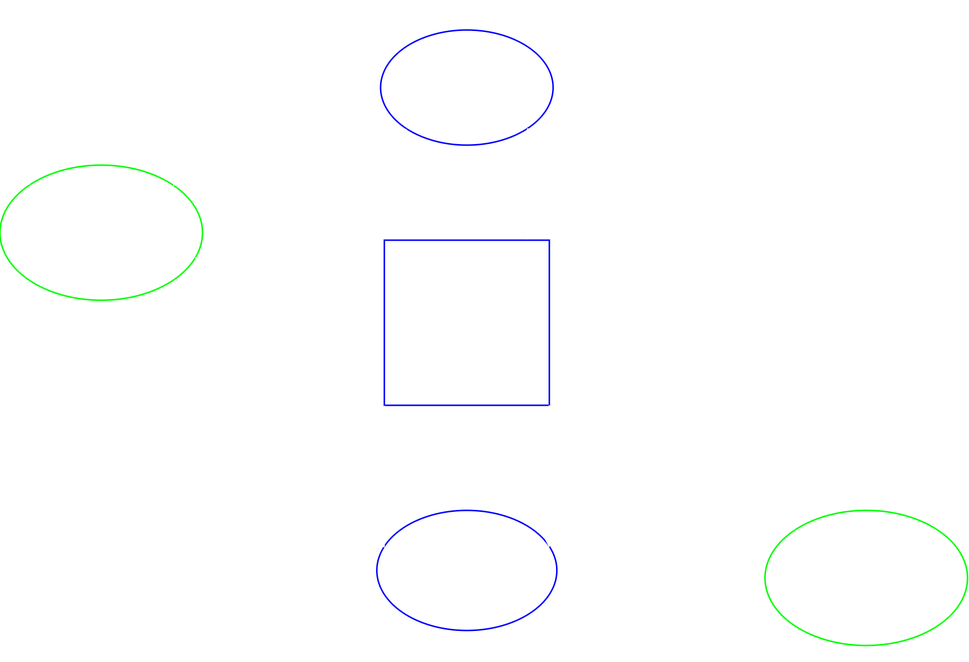
Earlier version of the draw.io export smart_spaces/smart_spaces_scenario_1.png (DevilishSasuke/masters_study). Source tidied: cells renumbered, new cells last; positions are measured from the earlier drawing's top-left corner, leaving out a move shared by most shapes. The source it was exported from:
```xml
<mxGraphModel>
  <root>
    <mxCell id="0" />
    <mxCell id="1" parent="0" />
    <mxCell id="2" style="ellipse;whiteSpace=wrap;html=1;fillColor=none;perimeterSpacing=1;" parent="1" vertex="1">
      <mxGeometry x="190" width="242.4" height="440" as="geometry" />
    </mxCell>
    <mxCell id="3" value="&lt;font style=&quot;font-size: 18px;&quot;&gt;Система мониторинга дорожного покрытия&lt;/font&gt;" style="whiteSpace=wrap;html=1;fillColor=none;strokeColor=light-dark(#000000,#0000FF);" parent="1" vertex="1">
      <mxGeometry x="256.2" y="160" width="110" height="110" as="geometry" />
    </mxCell>
    <mxCell id="4" value="&lt;font style=&quot;font-size: 20px;&quot;&gt;Облачная система&lt;/font&gt;" style="ellipse;whiteSpace=wrap;html=1;fillColor=none;strokeColor=light-dark(#000000,#0000FF);" parent="1" vertex="1">
      <mxGeometry x="253.7" y="20" width="115" height="76.7" as="geometry" />
    </mxCell>
    <mxCell id="5" style="edgeStyle=orthogonalEdgeStyle;rounded=0;jettySize=auto;html=1;exitX=0.136;exitY=-0.011;exitDx=0;exitDy=0;entryX=0;entryY=1;entryDx=0;entryDy=0;exitPerimeter=0;" parent="1" edge="1" source="3" target="4">
      <mxGeometry relative="1" as="geometry" />
    </mxCell>
    <mxCell id="6" style="edgeStyle=orthogonalEdgeStyle;rounded=0;jettySize=auto;html=1;exitX=1;exitY=1;exitDx=0;exitDy=0;entryX=0.869;entryY=-0.003;entryDx=0;entryDy=0;entryPerimeter=0;" parent="1" edge="1" source="4" target="3">
      <mxGeometry relative="1" as="geometry" />
    </mxCell>
    <mxCell id="7" value="&lt;font style=&quot;font-size: 20px;&quot;&gt;Аналитика данных&lt;/font&gt;" style="ellipse;whiteSpace=wrap;html=1;fillColor=none;strokeColor=light-dark(#000000,#0000FF);" parent="1" vertex="1">
      <mxGeometry x="251.2" y="340" width="120" height="80" as="geometry" />
    </mxCell>
    <mxCell id="8" style="edgeStyle=orthogonalEdgeStyle;rounded=0;jettySize=auto;html=1;exitX=0.957;exitY=0.308;exitDx=0;exitDy=0;entryX=1;entryY=1;entryDx=0;entryDy=0;startArrow=classic;startFill=1;endArrow=none;endFill=0;exitPerimeter=0;" parent="1" edge="1" source="7" target="3">
      <mxGeometry relative="1" as="geometry" />
    </mxCell>
    <mxCell id="9" style="edgeStyle=orthogonalEdgeStyle;rounded=0;jettySize=auto;html=1;exitX=0.04;exitY=0.306;exitDx=0;exitDy=0;entryX=0;entryY=1;entryDx=0;entryDy=0;exitPerimeter=0;" parent="1" edge="1" source="7" target="3">
      <mxGeometry relative="1" as="geometry" />
    </mxCell>
    <mxCell id="10" value="&lt;font style=&quot;font-size: 15px;&quot;&gt;Автомобильный агент&lt;/font&gt;" style="ellipse;whiteSpace=wrap;html=1;fillColor=none;strokeColor=light-dark(#000000,#00FF00);" parent="1" vertex="1">
      <mxGeometry y="110" width="135" height="90" as="geometry" />
    </mxCell>
    <mxCell id="11" style="endArrow=classic;html=1;rounded=0;" parent="1" edge="1" source="10" target="2">
      <mxGeometry relative="1" as="geometry" />
    </mxCell>
    <mxCell id="12" value="2" style="text;html=1;whiteSpace=wrap;strokeColor=none;fillColor=none;align=center;verticalAlign=middle;rounded=0;" parent="1" vertex="1">
      <mxGeometry x="130" y="150" width="60" height="30" as="geometry" />
    </mxCell>
    <mxCell id="13" value="Передача пакета данных с кадром и телеметрией" style="text;html=1;whiteSpace=wrap;strokeColor=none;fillColor=none;align=center;verticalAlign=middle;rounded=0;" parent="1" vertex="1">
      <mxGeometry x="120" y="210" width="60" height="30" as="geometry" />
    </mxCell>
    <mxCell id="14" style="edgeStyle=orthogonalEdgeStyle;rounded=0;orthogonalLoop=1;jettySize=auto;html=1;exitX=1;exitY=0;exitDx=0;exitDy=0;entryX=0;entryY=0;entryDx=0;entryDy=0;curved=1;" parent="1" edge="1" source="10" target="10">
      <mxGeometry relative="1" as="geometry">
        <Array as="points">
          <mxPoint x="120" y="123" />
          <mxPoint x="120" y="70" />
          <mxPoint x="20" y="70" />
        </Array>
      </mxGeometry>
    </mxCell>
    <mxCell id="15" value="1" style="text;html=1;whiteSpace=wrap;strokeColor=none;fillColor=none;align=center;verticalAlign=middle;rounded=0;" parent="1" vertex="1">
      <mxGeometry x="80" y="90" width="60" height="30" as="geometry" />
    </mxCell>
    <mxCell id="16" value="Предварительная обработка изображения с камер" style="text;html=1;whiteSpace=wrap;strokeColor=none;fillColor=none;align=center;verticalAlign=middle;rounded=0;" parent="1" vertex="1">
      <mxGeometry x="37.5" y="20" width="60" height="30" as="geometry" />
    </mxCell>
    <mxCell id="17" value="&lt;font style=&quot;font-size: 15px;&quot;&gt;Агент приложения&lt;/font&gt;" style="ellipse;whiteSpace=wrap;html=1;fillColor=none;strokeColor=light-dark(#000000,#00FF00);" parent="1" vertex="1">
      <mxGeometry x="510" y="340" width="135" height="90" as="geometry" />
    </mxCell>
    <mxCell id="18" value="3" style="text;html=1;whiteSpace=wrap;strokeColor=none;fillColor=none;align=center;verticalAlign=middle;rounded=0;" parent="1" vertex="1">
      <mxGeometry x="230" y="96.7" width="60" height="30" as="geometry" />
    </mxCell>
    <mxCell id="19" value="Сохранение данных в облаке" style="text;html=1;whiteSpace=wrap;strokeColor=none;fillColor=none;align=center;verticalAlign=middle;rounded=0;" parent="1" vertex="1">
      <mxGeometry x="286.2" y="120" width="50" height="25" as="geometry" />
    </mxCell>
    <mxCell id="20" value="4" style="text;html=1;whiteSpace=wrap;strokeColor=none;fillColor=none;align=center;verticalAlign=middle;rounded=0;" parent="1" vertex="1">
      <mxGeometry x="346.2" y="270" width="60" height="30" as="geometry" />
    </mxCell>
    <mxCell id="21" value="точная сегментация, анализ и прогнозирование" style="text;html=1;whiteSpace=wrap;strokeColor=none;fillColor=none;align=center;verticalAlign=middle;rounded=0;" parent="1" vertex="1">
      <mxGeometry x="286.2" y="290" width="60" height="30" as="geometry" />
    </mxCell>
    <mxCell id="22" style="endArrow=classic;html=1;rounded=0;exitX=1;exitY=0.5;exitDx=0;exitDy=0;entryX=0;entryY=0;entryDx=0;entryDy=0;" parent="1" edge="1" source="2" target="17">
      <mxGeometry relative="1" as="geometry" />
    </mxCell>
    <mxCell id="23" value="5" style="text;html=1;whiteSpace=wrap;strokeColor=none;fillColor=none;align=center;verticalAlign=middle;rounded=0;" parent="1" vertex="1">
      <mxGeometry x="414" y="240" width="60" height="30" as="geometry" />
    </mxCell>
    <mxCell id="24" value="Создание/обновление информации о дефекте,&amp;nbsp;&lt;div&gt;обновление интерактивной карты&lt;/div&gt;" style="text;html=1;whiteSpace=wrap;strokeColor=none;fillColor=none;align=center;verticalAlign=middle;rounded=0;" parent="1" vertex="1">
      <mxGeometry x="490" y="230" width="60" height="30" as="geometry" />
    </mxCell>
  </root>
</mxGraphModel>
```
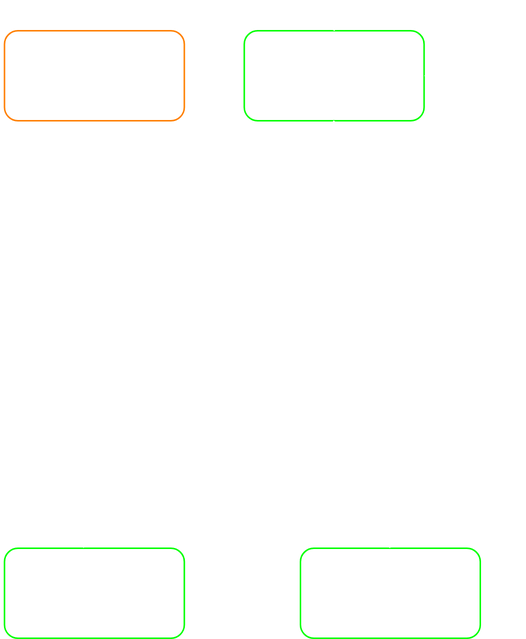
Above is the later version.

Commit message:
reworked part 1 and 2 smart spaces

Change to the diagram source:
```diff
@@ -2,80 +2,66 @@
   <root>
     <mxCell id="0" />
     <mxCell id="1" parent="0" />
-    <mxCell id="2" style="ellipse;whiteSpace=wrap;html=1;fillColor=none;perimeterSpacing=1;" parent="1" vertex="1">
-      <mxGeometry x="190" width="242.4" height="440" as="geometry" />
-    </mxCell>
-    <mxCell id="3" value="&lt;font style=&quot;font-size: 18px;&quot;&gt;Система мониторинга дорожного покрытия&lt;/font&gt;" style="whiteSpace=wrap;html=1;fillColor=none;strokeColor=light-dark(#000000,#0000FF);" parent="1" vertex="1">
-      <mxGeometry x="256.2" y="160" width="110" height="110" as="geometry" />
+    <mxCell id="3" value="&lt;font style=&quot;font-size: 16px;&quot;&gt;Система мониторинга дорожного покрытия&lt;/font&gt;" style="ellipse;whiteSpace=wrap;html=1;fillColor=none;strokeColor=light-dark(#000000,#FFFFFF);" parent="1" vertex="1">
+      <mxGeometry x="10" y="130" width="292.5" height="195" as="geometry" />
     </mxCell>
-    <mxCell id="4" value="&lt;font style=&quot;font-size: 20px;&quot;&gt;Облачная система&lt;/font&gt;" style="ellipse;whiteSpace=wrap;html=1;fillColor=none;strokeColor=light-dark(#000000,#0000FF);" parent="1" vertex="1">
-      <mxGeometry x="253.7" y="20" width="115" height="76.7" as="geometry" />
-    </mxCell>
-    <mxCell id="5" style="edgeStyle=orthogonalEdgeStyle;rounded=0;jettySize=auto;html=1;exitX=0.136;exitY=-0.011;exitDx=0;exitDy=0;entryX=0;entryY=1;entryDx=0;entryDy=0;exitPerimeter=0;" parent="1" edge="1" source="3" target="4">
-      <mxGeometry relative="1" as="geometry" />
-    </mxCell>
-    <mxCell id="6" style="edgeStyle=orthogonalEdgeStyle;rounded=0;jettySize=auto;html=1;exitX=1;exitY=1;exitDx=0;exitDy=0;entryX=0.869;entryY=-0.003;entryDx=0;entryDy=0;entryPerimeter=0;" parent="1" edge="1" source="4" target="3">
-      <mxGeometry relative="1" as="geometry" />
-    </mxCell>
+    <mxCell id="25" style="edgeStyle=orthogonalEdgeStyle;rounded=0;jettySize=auto;html=1;entryX=0;entryY=0.5;entryDx=0;entryDy=0;" parent="1" edge="1" source="26" target="27">
+      <mxGeometry relative="1" as="geometry" />
+    </mxCell>
+    <mxCell id="26" value="&lt;span style=&quot;font-size: 18px;&quot;&gt;Автомобиль&lt;/span&gt;" style="rounded=1;whiteSpace=wrap;html=1;strokeColor=light-dark(#000000,#FF8000);fillColor=none;" parent="1" vertex="1">
+      <mxGeometry x="12.5" y="30" width="120" height="60" as="geometry" />
+    </mxCell>
+    <mxCell id="27" value="&lt;font style=&quot;font-size: 18px;&quot;&gt;Автомобиль-ный агент&lt;/font&gt;" style="rounded=1;whiteSpace=wrap;html=1;fillColor=none;gradientColor=none;strokeColor=light-dark(#000000,#00FF00);" parent="1" vertex="1">
+      <mxGeometry x="172.5" y="30" width="120" height="60" as="geometry" />
+    </mxCell>
+    <mxCell id="15" value="&lt;font style=&quot;font-size: 25px;&quot;&gt;1&lt;/font&gt;" style="text;html=1;whiteSpace=wrap;strokeColor=none;fillColor=none;align=center;verticalAlign=middle;rounded=0;" parent="1" vertex="1">
+      <mxGeometry x="120" y="30" width="60" height="30" as="geometry" />
+    </mxCell>
+    <mxCell id="28" style="edgeStyle=orthogonalEdgeStyle;rounded=0;orthogonalLoop=1;jettySize=auto;html=1;entryX=1;entryY=0.5;entryDx=0;entryDy=0;curved=1;" parent="1" edge="1" source="27" target="27">
+      <mxGeometry relative="1" as="geometry" />
+    </mxCell>
+    <mxCell id="12" value="&lt;font style=&quot;font-size: 25px;&quot;&gt;2&lt;/font&gt;" style="text;html=1;whiteSpace=wrap;strokeColor=none;fillColor=none;align=center;verticalAlign=middle;rounded=0;" parent="1" vertex="1">
+      <mxGeometry x="300" y="20" width="60" height="30" as="geometry" />
+    </mxCell>
+    <mxCell id="29" style="endArrow=classic;html=1;rounded=0;exitX=0.5;exitY=1;exitDx=0;exitDy=0;" parent="1" edge="1" source="27" target="3">
+      <mxGeometry relative="1" as="geometry" />
+    </mxCell>
+    <mxCell id="18" value="&lt;font style=&quot;font-size: 25px;&quot;&gt;3&lt;/font&gt;" style="text;html=1;whiteSpace=wrap;strokeColor=none;fillColor=none;align=center;verticalAlign=middle;rounded=0;" parent="1" vertex="1">
+      <mxGeometry x="210" y="100" width="60" height="30" as="geometry" />
+    </mxCell>
+    <mxCell id="30" style="edgeStyle=orthogonalEdgeStyle;rounded=0;jettySize=auto;html=1;entryX=0.5;entryY=1;entryDx=0;entryDy=0;" parent="1" edge="1" source="7" target="3">
+      <mxGeometry relative="1" as="geometry">
+        <Array as="points">
+          <mxPoint x="156" y="410" />
+          <mxPoint x="156" y="353" />
+        </Array>
+      </mxGeometry>
+    </mxCell>
-    <mxCell id="7" value="&lt;font style=&quot;font-size: 20px;&quot;&gt;Аналитика данных&lt;/font&gt;" style="ellipse;whiteSpace=wrap;html=1;fillColor=none;strokeColor=light-dark(#000000,#0000FF);" parent="1" vertex="1">
-      <mxGeometry x="251.2" y="340" width="120" height="80" as="geometry" />
+    <mxCell id="7" value="&lt;font style=&quot;font-size: 18px;&quot;&gt;Аналитика данных&lt;/font&gt;" style="rounded=1;whiteSpace=wrap;html=1;strokeColor=light-dark(#000000,#00FF00);fillColor=none;" parent="1" vertex="1">
+      <mxGeometry x="12.5" y="375" width="120" height="60" as="geometry" />
     </mxCell>
-    <mxCell id="8" style="edgeStyle=orthogonalEdgeStyle;rounded=0;jettySize=auto;html=1;exitX=0.957;exitY=0.308;exitDx=0;exitDy=0;entryX=1;entryY=1;entryDx=0;entryDy=0;startArrow=classic;startFill=1;endArrow=none;endFill=0;exitPerimeter=0;" parent="1" edge="1" source="7" target="3">
-      <mxGeometry relative="1" as="geometry" />
-    </mxCell>
-    <mxCell id="9" style="edgeStyle=orthogonalEdgeStyle;rounded=0;jettySize=auto;html=1;exitX=0.04;exitY=0.306;exitDx=0;exitDy=0;entryX=0;entryY=1;entryDx=0;entryDy=0;exitPerimeter=0;" parent="1" edge="1" source="7" target="3">
-      <mxGeometry relative="1" as="geometry" />
-    </mxCell>
-    <mxCell id="10" value="&lt;font style=&quot;font-size: 15px;&quot;&gt;Автомобильный агент&lt;/font&gt;" style="ellipse;whiteSpace=wrap;html=1;fillColor=none;strokeColor=light-dark(#000000,#00FF00);" parent="1" vertex="1">
-      <mxGeometry y="110" width="135" height="90" as="geometry" />
-    </mxCell>
-    <mxCell id="11" style="endArrow=classic;html=1;rounded=0;" parent="1" edge="1" source="10" target="2">
-      <mxGeometry relative="1" as="geometry" />
-    </mxCell>
-    <mxCell id="12" value="2" style="text;html=1;whiteSpace=wrap;strokeColor=none;fillColor=none;align=center;verticalAlign=middle;rounded=0;" parent="1" vertex="1">
-      <mxGeometry x="130" y="150" width="60" height="30" as="geometry" />
-    </mxCell>
-    <mxCell id="13" value="Передача пакета данных с кадром и телеметрией" style="text;html=1;whiteSpace=wrap;strokeColor=none;fillColor=none;align=center;verticalAlign=middle;rounded=0;" parent="1" vertex="1">
-      <mxGeometry x="120" y="210" width="60" height="30" as="geometry" />
-    </mxCell>
-    <mxCell id="14" style="edgeStyle=orthogonalEdgeStyle;rounded=0;orthogonalLoop=1;jettySize=auto;html=1;exitX=1;exitY=0;exitDx=0;exitDy=0;entryX=0;entryY=0;entryDx=0;entryDy=0;curved=1;" parent="1" edge="1" source="10" target="10">
-      <mxGeometry relative="1" as="geometry">
-        <Array as="points">
-          <mxPoint x="120" y="123" />
-          <mxPoint x="120" y="70" />
-          <mxPoint x="20" y="70" />
-        </Array>
-      </mxGeometry>
-    </mxCell>
-    <mxCell id="15" value="1" style="text;html=1;whiteSpace=wrap;strokeColor=none;fillColor=none;align=center;verticalAlign=middle;rounded=0;" parent="1" vertex="1">
-      <mxGeometry x="80" y="90" width="60" height="30" as="geometry" />
-    </mxCell>
-    <mxCell id="16" value="Предварительная обработка изображения с камер" style="text;html=1;whiteSpace=wrap;strokeColor=none;fillColor=none;align=center;verticalAlign=middle;rounded=0;" parent="1" vertex="1">
-      <mxGeometry x="37.5" y="20" width="60" height="30" as="geometry" />
-    </mxCell>
-    <mxCell id="17" value="&lt;font style=&quot;font-size: 15px;&quot;&gt;Агент приложения&lt;/font&gt;" style="ellipse;whiteSpace=wrap;html=1;fillColor=none;strokeColor=light-dark(#000000,#00FF00);" parent="1" vertex="1">
-      <mxGeometry x="510" y="340" width="135" height="90" as="geometry" />
-    </mxCell>
-    <mxCell id="18" value="3" style="text;html=1;whiteSpace=wrap;strokeColor=none;fillColor=none;align=center;verticalAlign=middle;rounded=0;" parent="1" vertex="1">
-      <mxGeometry x="230" y="96.7" width="60" height="30" as="geometry" />
-    </mxCell>
-    <mxCell id="19" value="Сохранение данных в облаке" style="text;html=1;whiteSpace=wrap;strokeColor=none;fillColor=none;align=center;verticalAlign=middle;rounded=0;" parent="1" vertex="1">
-      <mxGeometry x="286.2" y="120" width="50" height="25" as="geometry" />
-    </mxCell>
+    <mxCell id="31" style="edgeStyle=orthogonalEdgeStyle;rounded=0;jettySize=auto;html=1;entryX=0.44;entryY=0;entryDx=0;entryDy=0;entryPerimeter=0;" parent="1" edge="1" source="3" target="7">
+      <mxGeometry relative="1" as="geometry">
+        <Array as="points">
+          <mxPoint x="65" y="350" />
+          <mxPoint x="65" y="350" />
+        </Array>
+      </mxGeometry>
+    </mxCell>
-    <mxCell id="20" value="4" style="text;html=1;whiteSpace=wrap;strokeColor=none;fillColor=none;align=center;verticalAlign=middle;rounded=0;" parent="1" vertex="1">
-      <mxGeometry x="346.2" y="270" width="60" height="30" as="geometry" />
+    <mxCell id="20" value="&lt;font style=&quot;font-size: 25px;&quot;&gt;4&lt;/font&gt;" style="text;html=1;whiteSpace=wrap;strokeColor=none;fillColor=none;align=center;verticalAlign=middle;rounded=0;" parent="1" vertex="1">
+      <mxGeometry x="50" y="325" width="60" height="30" as="geometry" />
     </mxCell>
-    <mxCell id="21" value="точная сегментация, анализ и прогнозирование" style="text;html=1;whiteSpace=wrap;strokeColor=none;fillColor=none;align=center;verticalAlign=middle;rounded=0;" parent="1" vertex="1">
-      <mxGeometry x="286.2" y="290" width="60" height="30" as="geometry" />
-    </mxCell>
-    <mxCell id="22" style="endArrow=classic;html=1;rounded=0;exitX=1;exitY=0.5;exitDx=0;exitDy=0;entryX=0;entryY=0;entryDx=0;entryDy=0;" parent="1" edge="1" source="2" target="17">
-      <mxGeometry relative="1" as="geometry" />
-    </mxCell>
-    <mxCell id="23" value="5" style="text;html=1;whiteSpace=wrap;strokeColor=none;fillColor=none;align=center;verticalAlign=middle;rounded=0;" parent="1" vertex="1">
-      <mxGeometry x="414" y="240" width="60" height="30" as="geometry" />
+    <mxCell id="23" value="&lt;font style=&quot;font-size: 25px;&quot;&gt;5&lt;/font&gt;" style="text;html=1;whiteSpace=wrap;strokeColor=none;fillColor=none;align=center;verticalAlign=middle;rounded=0;" parent="1" vertex="1">
+      <mxGeometry x="140" y="355" width="60" height="30" as="geometry" />
     </mxCell>
-    <mxCell id="24" value="Создание/обновление информации о дефекте,&amp;nbsp;&lt;div&gt;обновление интерактивной карты&lt;/div&gt;" style="text;html=1;whiteSpace=wrap;strokeColor=none;fillColor=none;align=center;verticalAlign=middle;rounded=0;" parent="1" vertex="1">
-      <mxGeometry x="490" y="230" width="60" height="30" as="geometry" />
-    </mxCell>
+    <mxCell id="32" value="&lt;span style=&quot;font-size: 15px;&quot;&gt;Интерактивная карта дефектов&lt;/span&gt;" style="rounded=1;whiteSpace=wrap;html=1;strokeColor=light-dark(#000000,#00FF00);fillColor=none;" parent="1" vertex="1">
+      <mxGeometry x="210" y="375" width="120" height="60" as="geometry" />
+    </mxCell>
+    <mxCell id="33" value="&lt;font style=&quot;font-size: 25px;&quot;&gt;6&lt;/font&gt;" style="text;html=1;whiteSpace=wrap;strokeColor=none;fillColor=none;align=center;verticalAlign=middle;rounded=0;" parent="1" vertex="1">
+      <mxGeometry x="232.5" y="325" width="60" height="30" as="geometry" />
+    </mxCell>
+    <mxCell id="34" style="endArrow=classic;html=1;rounded=0;entryX=0.5;entryY=0;entryDx=0;entryDy=0;" parent="1" edge="1" source="3" target="32">
+      <mxGeometry relative="1" as="geometry" />
+    </mxCell>
   </root>
 </mxGraphModel>
```
